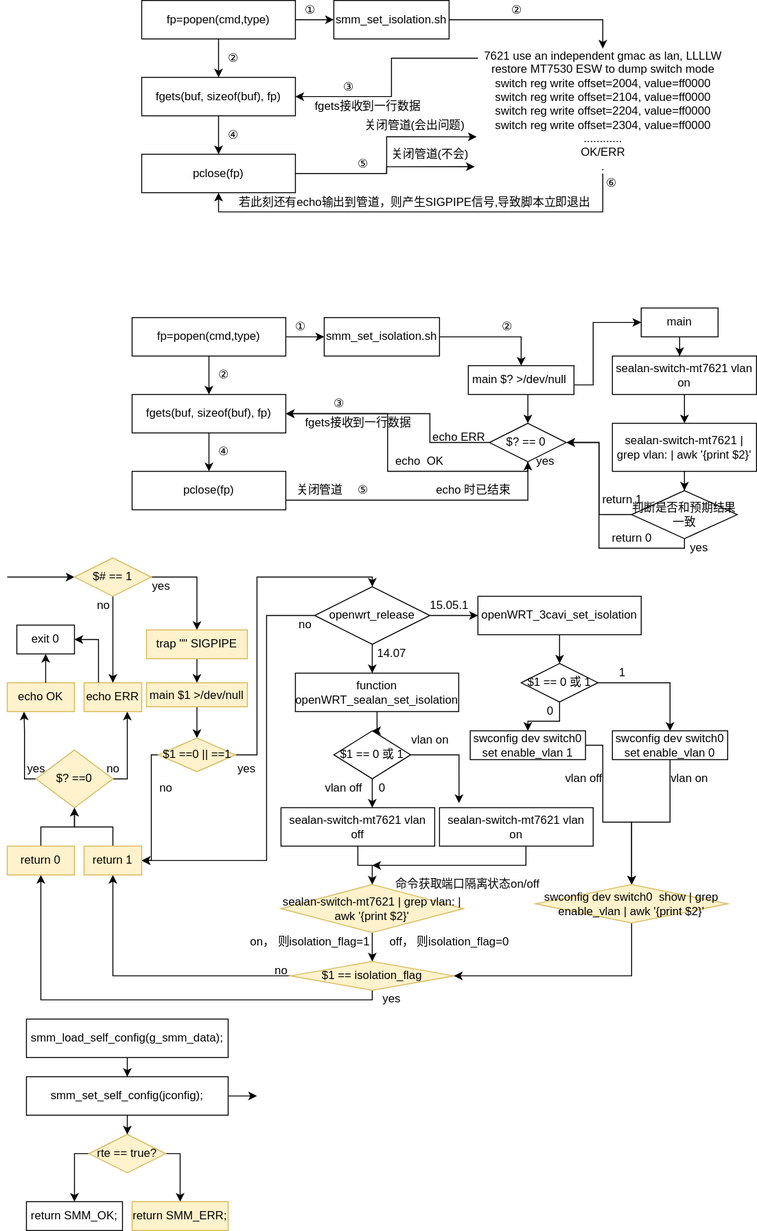
The draw.io diagram drag_demo/popen_isolation.svg in Archive-ch/Web_Demo, before a commit. Source tidied: cells renumbered, new cells last; positions are measured from the earlier drawing's top-left corner, leaving out a move shared by most shapes.
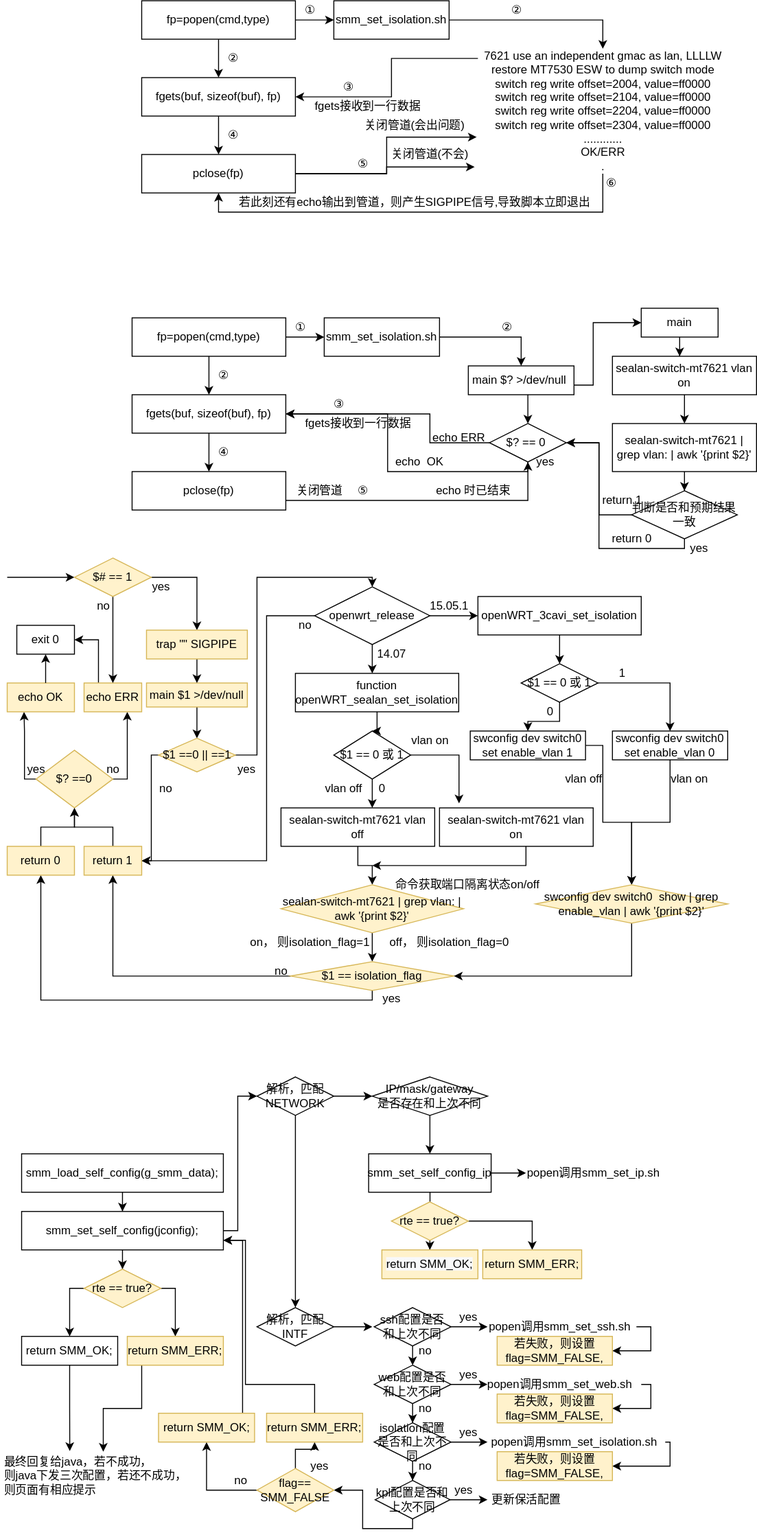
After the commit.

The edit, as a diff of the source:
```diff
@@ -548,42 +548,277 @@
     <mxCell id="138" style="edgeStyle=orthogonalEdgeStyle;rounded=0;jettySize=auto;html=1;entryX=0.5;entryY=0;entryDx=0;entryDy=0;" parent="1" edge="1" source="140" target="143">
       <mxGeometry relative="1" as="geometry" />
     </mxCell>
-    <mxCell id="139" style="edgeStyle=orthogonalEdgeStyle;rounded=0;jettySize=auto;html=1;" parent="1" edge="1" source="140">
-      <mxGeometry relative="1" as="geometry">
-        <mxPoint x="260" y="1140" as="targetPoint" />
-      </mxGeometry>
-    </mxCell>
+    <mxCell id="148" style="edgeStyle=orthogonalEdgeStyle;rounded=0;jettySize=auto;html=1;entryX=0;entryY=0.5;entryDx=0;entryDy=0;" parent="1" edge="1" source="140" target="153">
+      <mxGeometry relative="1" as="geometry">
+        <Array as="points">
+          <mxPoint x="240" y="1280" />
+          <mxPoint x="240" y="1140" />
+        </Array>
+      </mxGeometry>
+    </mxCell>
     <mxCell id="140" value="smm_set_self_config(jconfig);" style="rounded=0;whiteSpace=wrap;html=1;" parent="1" vertex="1">
-      <mxGeometry x="20" y="1120" width="210" height="40" as="geometry" />
+      <mxGeometry x="15" y="1260" width="210" height="40" as="geometry" />
     </mxCell>
     <mxCell id="141" style="edgeStyle=orthogonalEdgeStyle;rounded=0;jettySize=auto;html=1;exitX=0;exitY=0.5;exitDx=0;exitDy=0;entryX=0.5;entryY=0;entryDx=0;entryDy=0;" parent="1" edge="1" source="143" target="146">
       <mxGeometry relative="1" as="geometry">
         <Array as="points">
-          <mxPoint x="70" y="1200" />
+          <mxPoint x="65" y="1340" />
         </Array>
       </mxGeometry>
     </mxCell>
     <mxCell id="142" style="edgeStyle=orthogonalEdgeStyle;rounded=0;jettySize=auto;html=1;entryX=0.5;entryY=0;entryDx=0;entryDy=0;" parent="1" edge="1" source="143" target="147">
       <mxGeometry relative="1" as="geometry">
         <Array as="points">
-          <mxPoint x="180" y="1200" />
+          <mxPoint x="175" y="1340" />
         </Array>
       </mxGeometry>
     </mxCell>
     <mxCell id="143" value="rte == true?" style="rhombus;whiteSpace=wrap;html=1;fillColor=#fff2cc;strokeColor=#d6b656;" parent="1" vertex="1">
-      <mxGeometry x="85" y="1180" width="80" height="40" as="geometry" />
+      <mxGeometry x="80" y="1320" width="80" height="40" as="geometry" />
     </mxCell>
     <mxCell id="144" style="edgeStyle=orthogonalEdgeStyle;rounded=0;jettySize=auto;html=1;entryX=0.5;entryY=0;entryDx=0;entryDy=0;" parent="1" edge="1" source="145" target="140">
       <mxGeometry relative="1" as="geometry" />
     </mxCell>
     <mxCell id="145" value="smm_load_self_config(g_smm_data);" style="whiteSpace=wrap;html=1;" parent="1" vertex="1">
-      <mxGeometry x="20" y="1060" width="210" height="40" as="geometry" />
+      <mxGeometry x="15" y="1200" width="210" height="40" as="geometry" />
     </mxCell>
+    <mxCell id="149" style="edgeStyle=orthogonalEdgeStyle;rounded=0;jettySize=auto;html=1;entryX=0.334;entryY=-0.014;entryDx=0;entryDy=0;entryPerimeter=0;" parent="1" edge="1" source="146" target="205">
+      <mxGeometry relative="1" as="geometry" />
+    </mxCell>
     <mxCell id="146" value="return&amp;nbsp;SMM_OK;" style="whiteSpace=wrap;html=1;" parent="1" vertex="1">
-      <mxGeometry x="20" y="1250" width="100" height="30" as="geometry" />
+      <mxGeometry x="15" y="1390" width="100" height="30" as="geometry" />
     </mxCell>
+    <mxCell id="150" style="edgeStyle=orthogonalEdgeStyle;rounded=0;jettySize=auto;html=1;" parent="1" edge="1" source="147" target="205">
+      <mxGeometry relative="1" as="geometry">
+        <Array as="points">
+          <mxPoint x="140" y="1465" />
+          <mxPoint x="100" y="1465" />
+        </Array>
+      </mxGeometry>
+    </mxCell>
     <mxCell id="147" value="&lt;span&gt;return&amp;nbsp;SMM_ERR;&lt;/span&gt;" style="whiteSpace=wrap;html=1;fillColor=#fff2cc;strokeColor=#d6b656;" parent="1" vertex="1">
-      <mxGeometry x="130" y="1250" width="100" height="30" as="geometry" />
+      <mxGeometry x="125" y="1390" width="100" height="30" as="geometry" />
     </mxCell>
+    <mxCell id="151" style="edgeStyle=orthogonalEdgeStyle;rounded=0;jettySize=auto;html=1;" parent="1" edge="1" source="153">
+      <mxGeometry relative="1" as="geometry">
+        <mxPoint x="380" y="1140" as="targetPoint" />
+      </mxGeometry>
+    </mxCell>
+    <mxCell id="152" style="edgeStyle=orthogonalEdgeStyle;rounded=0;jettySize=auto;html=1;entryX=0.5;entryY=0;entryDx=0;entryDy=0;" parent="1" edge="1" source="153" target="166">
+      <mxGeometry relative="1" as="geometry" />
+    </mxCell>
+    <mxCell id="153" value="解析，匹配NETWORK" style="rhombus;whiteSpace=wrap;html=1;" parent="1" vertex="1">
+      <mxGeometry x="260" y="1120" width="80" height="40" as="geometry" />
+    </mxCell>
+    <mxCell id="154" style="edgeStyle=orthogonalEdgeStyle;rounded=0;jettySize=auto;html=1;entryX=0.5;entryY=0;entryDx=0;entryDy=0;" parent="1" edge="1" source="155" target="158">
+      <mxGeometry relative="1" as="geometry" />
+    </mxCell>
+    <mxCell id="155" value="&lt;span&gt;IP/mask/gateway&lt;br&gt;是否存在和上次不同&lt;/span&gt;" style="rhombus;whiteSpace=wrap;html=1;" parent="1" vertex="1">
+      <mxGeometry x="380" y="1120" width="120" height="40" as="geometry" />
+    </mxCell>
+    <mxCell id="156" style="edgeStyle=orthogonalEdgeStyle;rounded=0;jettySize=auto;html=1;" parent="1" edge="1" source="158">
+      <mxGeometry relative="1" as="geometry">
+        <mxPoint x="440" y="1250" as="targetPoint" />
+      </mxGeometry>
+    </mxCell>
+    <mxCell id="157" style="edgeStyle=orthogonalEdgeStyle;rounded=0;jettySize=auto;html=1;" parent="1" edge="1" source="158">
+      <mxGeometry relative="1" as="geometry">
+        <mxPoint x="540" y="1220" as="targetPoint" />
+      </mxGeometry>
+    </mxCell>
+    <mxCell id="158" value="smm_set_self_config_ip" style="whiteSpace=wrap;html=1;" parent="1" vertex="1">
+      <mxGeometry x="376.2" y="1200" width="127.5" height="40" as="geometry" />
+    </mxCell>
+    <mxCell id="159" style="edgeStyle=orthogonalEdgeStyle;rounded=0;jettySize=auto;html=1;entryX=0.5;entryY=0;entryDx=0;entryDy=0;" parent="1" edge="1" source="161" target="164">
+      <mxGeometry relative="1" as="geometry" />
+    </mxCell>
+    <mxCell id="160" style="edgeStyle=orthogonalEdgeStyle;rounded=0;jettySize=auto;html=1;entryX=0.5;entryY=0;entryDx=0;entryDy=0;" parent="1" edge="1" source="161" target="163">
+      <mxGeometry relative="1" as="geometry" />
+    </mxCell>
+    <mxCell id="161" value="rte == true?" style="rhombus;whiteSpace=wrap;html=1;fillColor=#fff2cc;strokeColor=#d6b656;" parent="1" vertex="1">
+      <mxGeometry x="400" y="1250" width="80" height="40" as="geometry" />
+    </mxCell>
+    <mxCell id="162" value="popen调用smm_set_ip.sh" style="text;html=1;align=center;verticalAlign=middle;" parent="1" vertex="1">
+      <mxGeometry x="535" y="1210" width="150" height="20" as="geometry" />
+    </mxCell>
+    <mxCell id="163" value="&#10;&#10;&lt;span style=&quot;color: rgb(0, 0, 0); font-family: helvetica; font-size: 12px; font-style: normal; font-weight: 400; letter-spacing: normal; text-align: center; text-indent: 0px; text-transform: none; word-spacing: 0px; background-color: rgb(248, 249, 250); display: inline; float: none;&quot;&gt;return&amp;nbsp;SMM_OK;&lt;/span&gt;&#10;&#10;" style="whiteSpace=wrap;html=1;fillColor=#fff2cc;strokeColor=#d6b656;" parent="1" vertex="1">
+      <mxGeometry x="390" y="1300" width="100" height="30" as="geometry" />
+    </mxCell>
+    <mxCell id="164" value="&lt;span&gt;return&amp;nbsp;SMM_ERR;&lt;/span&gt;" style="whiteSpace=wrap;html=1;fillColor=#fff2cc;strokeColor=#d6b656;" parent="1" vertex="1">
+      <mxGeometry x="495" y="1300" width="103" height="30" as="geometry" />
+    </mxCell>
+    <mxCell id="165" style="edgeStyle=orthogonalEdgeStyle;rounded=0;jettySize=auto;html=1;" parent="1" edge="1" source="166">
+      <mxGeometry relative="1" as="geometry">
+        <mxPoint x="380" y="1380" as="targetPoint" />
+      </mxGeometry>
+    </mxCell>
+    <mxCell id="166" value="解析，匹配INTF" style="rhombus;whiteSpace=wrap;html=1;" parent="1" vertex="1">
+      <mxGeometry x="260" y="1360" width="80" height="40" as="geometry" />
+    </mxCell>
+    <mxCell id="167" style="edgeStyle=orthogonalEdgeStyle;rounded=0;jettySize=auto;html=1;" parent="1" edge="1" source="169">
+      <mxGeometry relative="1" as="geometry">
+        <mxPoint x="500" y="1380" as="targetPoint" />
+      </mxGeometry>
+    </mxCell>
+    <mxCell id="168" style="edgeStyle=orthogonalEdgeStyle;rounded=0;jettySize=auto;html=1;" parent="1" edge="1" source="169">
+      <mxGeometry relative="1" as="geometry">
+        <mxPoint x="422" y="1420" as="targetPoint" />
+        <Array as="points">
+          <mxPoint x="422" y="1420" />
+          <mxPoint x="422" y="1420" />
+        </Array>
+      </mxGeometry>
+    </mxCell>
+    <mxCell id="169" value="ssh配置是否&lt;br&gt;和上次不同" style="rhombus;whiteSpace=wrap;html=1;" parent="1" vertex="1">
+      <mxGeometry x="382" y="1360" width="80" height="40" as="geometry" />
+    </mxCell>
+    <mxCell id="170" value="yes" style="text;html=1;align=center;verticalAlign=middle;" parent="1" vertex="1">
+      <mxGeometry x="465" y="1360" width="30" height="20" as="geometry" />
+    </mxCell>
+    <mxCell id="171" style="edgeStyle=orthogonalEdgeStyle;rounded=0;jettySize=auto;html=1;entryX=1;entryY=0.5;entryDx=0;entryDy=0;" parent="1" edge="1" source="172" target="190">
+      <mxGeometry relative="1" as="geometry">
+        <Array as="points">
+          <mxPoint x="670" y="1380" />
+          <mxPoint x="670" y="1405" />
+        </Array>
+      </mxGeometry>
+    </mxCell>
+    <mxCell id="172" value="popen调用smm_set_ssh.sh" style="text;html=1;align=center;verticalAlign=middle;points=[];" parent="1" vertex="1">
+      <mxGeometry x="495" y="1370" width="160" height="20" as="geometry" />
+    </mxCell>
+    <mxCell id="173" style="edgeStyle=orthogonalEdgeStyle;rounded=0;jettySize=auto;html=1;" parent="1" edge="1" source="175">
+      <mxGeometry relative="1" as="geometry">
+        <mxPoint x="500" y="1440" as="targetPoint" />
+      </mxGeometry>
+    </mxCell>
+    <mxCell id="174" style="edgeStyle=orthogonalEdgeStyle;rounded=0;jettySize=auto;html=1;" parent="1" edge="1" source="175">
+      <mxGeometry relative="1" as="geometry">
+        <mxPoint x="422" y="1480" as="targetPoint" />
+      </mxGeometry>
+    </mxCell>
+    <mxCell id="175" value="web配置是否&lt;br&gt;和上次不同" style="rhombus;whiteSpace=wrap;html=1;" parent="1" vertex="1">
+      <mxGeometry x="382" y="1420" width="80" height="40" as="geometry" />
+    </mxCell>
+    <mxCell id="176" value="yes" style="text;html=1;align=center;verticalAlign=middle;" parent="1" vertex="1">
+      <mxGeometry x="465" y="1420" width="30" height="20" as="geometry" />
+    </mxCell>
+    <mxCell id="177" style="edgeStyle=orthogonalEdgeStyle;rounded=0;jettySize=auto;html=1;entryX=1;entryY=0.5;entryDx=0;entryDy=0;" parent="1" edge="1" source="178" target="191">
+      <mxGeometry relative="1" as="geometry">
+        <Array as="points">
+          <mxPoint x="670" y="1440" />
+          <mxPoint x="670" y="1465" />
+        </Array>
+      </mxGeometry>
+    </mxCell>
+    <mxCell id="178" value="popen调用smm_set_web.sh" style="text;html=1;align=center;verticalAlign=middle;points=[];" parent="1" vertex="1">
+      <mxGeometry x="490" y="1430" width="170" height="20" as="geometry" />
+    </mxCell>
+    <mxCell id="179" style="edgeStyle=orthogonalEdgeStyle;rounded=0;jettySize=auto;html=1;" parent="1" edge="1" source="181">
+      <mxGeometry relative="1" as="geometry">
+        <mxPoint x="500" y="1500" as="targetPoint" />
+      </mxGeometry>
+    </mxCell>
+    <mxCell id="180" style="edgeStyle=orthogonalEdgeStyle;rounded=0;jettySize=auto;html=1;entryX=0.5;entryY=0;entryDx=0;entryDy=0;" parent="1" edge="1" source="181" target="187">
+      <mxGeometry relative="1" as="geometry" />
+    </mxCell>
+    <mxCell id="181" value="isolation配置是否和上次不同" style="rhombus;whiteSpace=wrap;html=1;" parent="1" vertex="1">
+      <mxGeometry x="382" y="1480" width="80" height="40" as="geometry" />
+    </mxCell>
+    <mxCell id="182" style="edgeStyle=orthogonalEdgeStyle;rounded=0;jettySize=auto;html=1;entryX=1;entryY=0.5;entryDx=0;entryDy=0;" parent="1" edge="1" source="183" target="192">
+      <mxGeometry relative="1" as="geometry">
+        <Array as="points">
+          <mxPoint x="690" y="1500" />
+          <mxPoint x="690" y="1525" />
+        </Array>
+      </mxGeometry>
+    </mxCell>
+    <mxCell id="183" value="popen调用smm_set_isolation.sh" style="text;html=1;align=center;verticalAlign=middle;points=[];" parent="1" vertex="1">
+      <mxGeometry x="495" y="1490" width="190" height="20" as="geometry" />
+    </mxCell>
+    <mxCell id="184" value="yes" style="text;html=1;align=center;verticalAlign=middle;" parent="1" vertex="1">
+      <mxGeometry x="465" y="1480" width="30" height="20" as="geometry" />
+    </mxCell>
+    <mxCell id="185" style="edgeStyle=orthogonalEdgeStyle;rounded=0;jettySize=auto;html=1;" parent="1" edge="1" source="187">
+      <mxGeometry relative="1" as="geometry">
+        <mxPoint x="500" y="1560" as="targetPoint" />
+      </mxGeometry>
+    </mxCell>
+    <mxCell id="186" style="edgeStyle=orthogonalEdgeStyle;rounded=0;jettySize=auto;html=1;" parent="1" edge="1" source="187">
+      <mxGeometry relative="1" as="geometry">
+        <mxPoint x="340" y="1550" as="targetPoint" />
+        <Array as="points">
+          <mxPoint x="422" y="1590" />
+          <mxPoint x="370" y="1590" />
+          <mxPoint x="370" y="1550" />
+        </Array>
+      </mxGeometry>
+    </mxCell>
+    <mxCell id="187" value="kpl配置是否和上次不同" style="rhombus;whiteSpace=wrap;html=1;" parent="1" vertex="1">
+      <mxGeometry x="383" y="1540" width="78" height="40" as="geometry" />
+    </mxCell>
+    <mxCell id="188" value="yes" style="text;html=1;align=center;verticalAlign=middle;" parent="1" vertex="1">
+      <mxGeometry x="460" y="1540" width="30" height="20" as="geometry" />
+    </mxCell>
+    <mxCell id="189" value="更新保活配置" style="text;html=1;align=center;verticalAlign=middle;" parent="1" vertex="1">
+      <mxGeometry x="495" y="1550" width="90" height="20" as="geometry" />
+    </mxCell>
+    <mxCell id="190" value="若失败，则设置flag=SMM_FALSE," style="whiteSpace=wrap;html=1;fillColor=#fff2cc;strokeColor=#d6b656;" parent="1" vertex="1">
+      <mxGeometry x="510" y="1390" width="120" height="30" as="geometry" />
+    </mxCell>
+    <mxCell id="191" value="若失败，则设置flag=SMM_FALSE," style="whiteSpace=wrap;html=1;fillColor=#fff2cc;strokeColor=#d6b656;" parent="1" vertex="1">
+      <mxGeometry x="510" y="1450" width="120" height="30" as="geometry" />
+    </mxCell>
+    <mxCell id="192" value="若失败，则设置flag=SMM_FALSE," style="whiteSpace=wrap;html=1;fillColor=#fff2cc;strokeColor=#d6b656;" parent="1" vertex="1">
+      <mxGeometry x="510" y="1510" width="120" height="30" as="geometry" />
+    </mxCell>
+    <mxCell id="193" style="edgeStyle=orthogonalEdgeStyle;rounded=0;jettySize=auto;html=1;entryX=0.5;entryY=1;entryDx=0;entryDy=0;" parent="1" edge="1" source="195" target="199">
+      <mxGeometry relative="1" as="geometry" />
+    </mxCell>
+    <mxCell id="194" style="edgeStyle=orthogonalEdgeStyle;rounded=0;jettySize=auto;html=1;entryX=0.5;entryY=1;entryDx=0;entryDy=0;" parent="1" edge="1" source="195" target="197">
+      <mxGeometry relative="1" as="geometry" />
+    </mxCell>
+    <mxCell id="195" value="flag==&lt;br&gt;SMM_FALSE" style="rhombus;whiteSpace=wrap;html=1;fillColor=#fff2cc;strokeColor=#d6b656;" parent="1" vertex="1">
+      <mxGeometry x="260" y="1527.5" width="80" height="45" as="geometry" />
+    </mxCell>
+    <mxCell id="196" style="edgeStyle=orthogonalEdgeStyle;rounded=0;jettySize=auto;html=1;entryX=1;entryY=0.75;entryDx=0;entryDy=0;" parent="1" edge="1" source="197" target="140">
+      <mxGeometry relative="1" as="geometry">
+        <Array as="points">
+          <mxPoint x="245" y="1290" />
+        </Array>
+      </mxGeometry>
+    </mxCell>
+    <mxCell id="197" value="return&amp;nbsp;SMM_OK;" style="whiteSpace=wrap;html=1;fillColor=#fff2cc;strokeColor=#d6b656;" parent="1" vertex="1">
+      <mxGeometry x="157.5" y="1470" width="100" height="30" as="geometry" />
+    </mxCell>
+    <mxCell id="198" style="edgeStyle=orthogonalEdgeStyle;rounded=0;jettySize=auto;html=1;entryX=1;entryY=0.75;entryDx=0;entryDy=0;" parent="1" edge="1" source="199" target="140">
+      <mxGeometry relative="1" as="geometry">
+        <Array as="points">
+          <mxPoint x="320" y="1440" />
+          <mxPoint x="248" y="1440" />
+          <mxPoint x="248" y="1290" />
+        </Array>
+      </mxGeometry>
+    </mxCell>
+    <mxCell id="199" value="&lt;span&gt;return&amp;nbsp;SMM_ERR;&lt;/span&gt;" style="whiteSpace=wrap;html=1;fillColor=#fff2cc;strokeColor=#d6b656;" parent="1" vertex="1">
+      <mxGeometry x="270" y="1470" width="100" height="30" as="geometry" />
+    </mxCell>
+    <mxCell id="200" value="yes" style="text;html=1;align=center;verticalAlign=middle;" parent="1" vertex="1">
+      <mxGeometry x="310" y="1515" width="30" height="20" as="geometry" />
+    </mxCell>
+    <mxCell id="201" value="no" style="text;html=1;align=center;verticalAlign=middle;" parent="1" vertex="1">
+      <mxGeometry x="227.5" y="1530" width="30" height="20" as="geometry" />
+    </mxCell>
+    <mxCell id="202" value="no" style="text;html=1;align=center;verticalAlign=middle;" parent="1" vertex="1">
+      <mxGeometry x="420" y="1395" width="30" height="20" as="geometry" />
+    </mxCell>
+    <mxCell id="203" value="no" style="text;html=1;align=center;verticalAlign=middle;" parent="1" vertex="1">
+      <mxGeometry x="420" y="1455" width="30" height="20" as="geometry" />
+    </mxCell>
+    <mxCell id="204" value="no" style="text;html=1;align=center;verticalAlign=middle;" parent="1" vertex="1">
+      <mxGeometry x="420" y="1515" width="30" height="20" as="geometry" />
+    </mxCell>
+    <mxCell id="205" value="最终回复给java，若不成功，&lt;br&gt;&lt;div style=&quot;&quot;&gt;&lt;span&gt;则java下发三次配置，若还不成功，&lt;/span&gt;&lt;/div&gt;则页面有相应提示" style="text;html=1;align=left;verticalAlign=middle;points=[];" parent="1" vertex="1">
+      <mxGeometry x="-5" y="1510" width="210" height="50" as="geometry" />
+    </mxCell>
   </root>
 </mxGraphModel>
```
